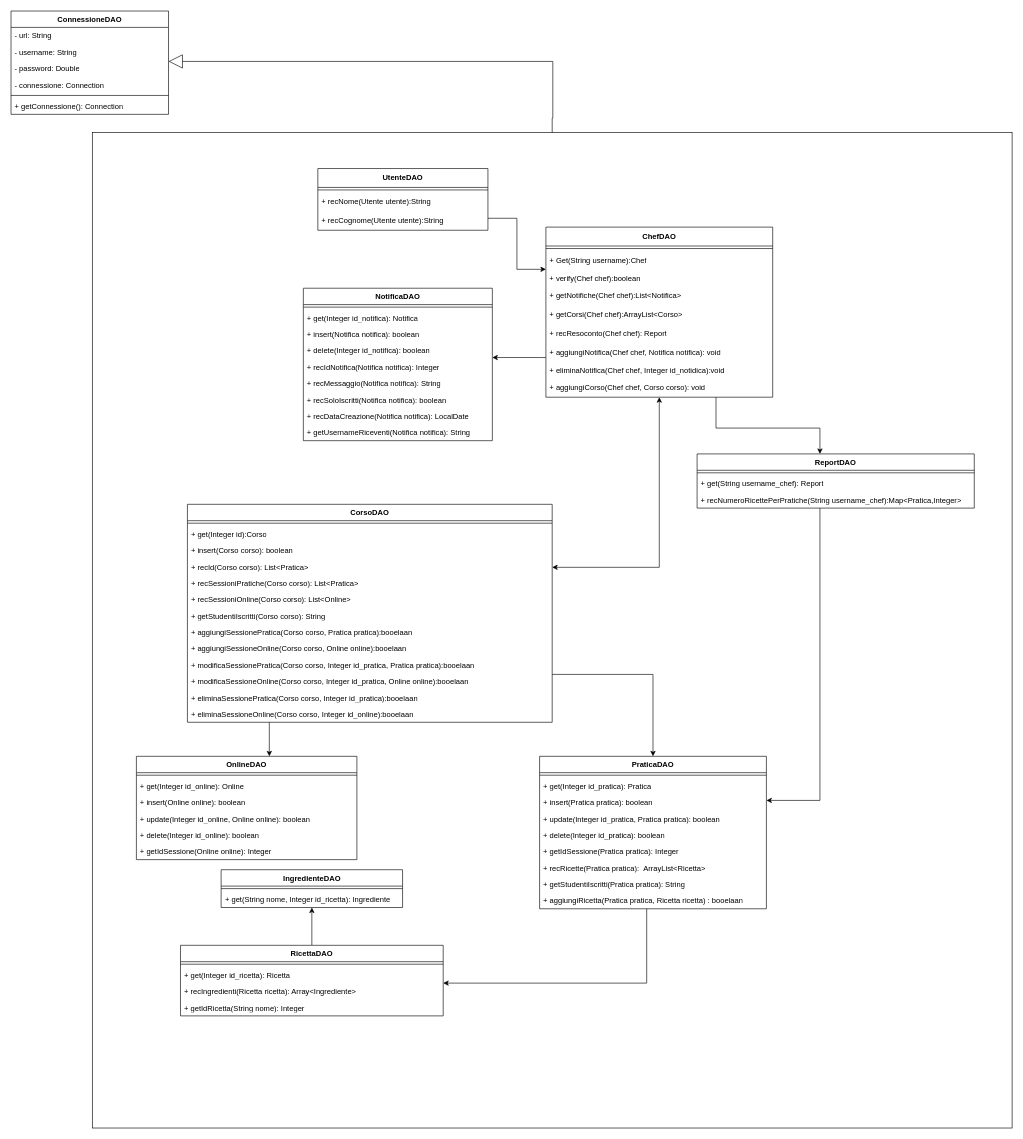
This is page "dao" (2 of 3) of obj/uml/UML1.drawio from MetisWastaken/UninaFoodLab, a draw.io file, before an edit. Source tidied: cells renumbered, new cells numbered last; positions are measured from the earlier drawing's top-left corner, leaving out a move shared by most shapes. Both pictures are drawn from the tidied source at 63%, with x=0, y=0 at pixel (11, 11).
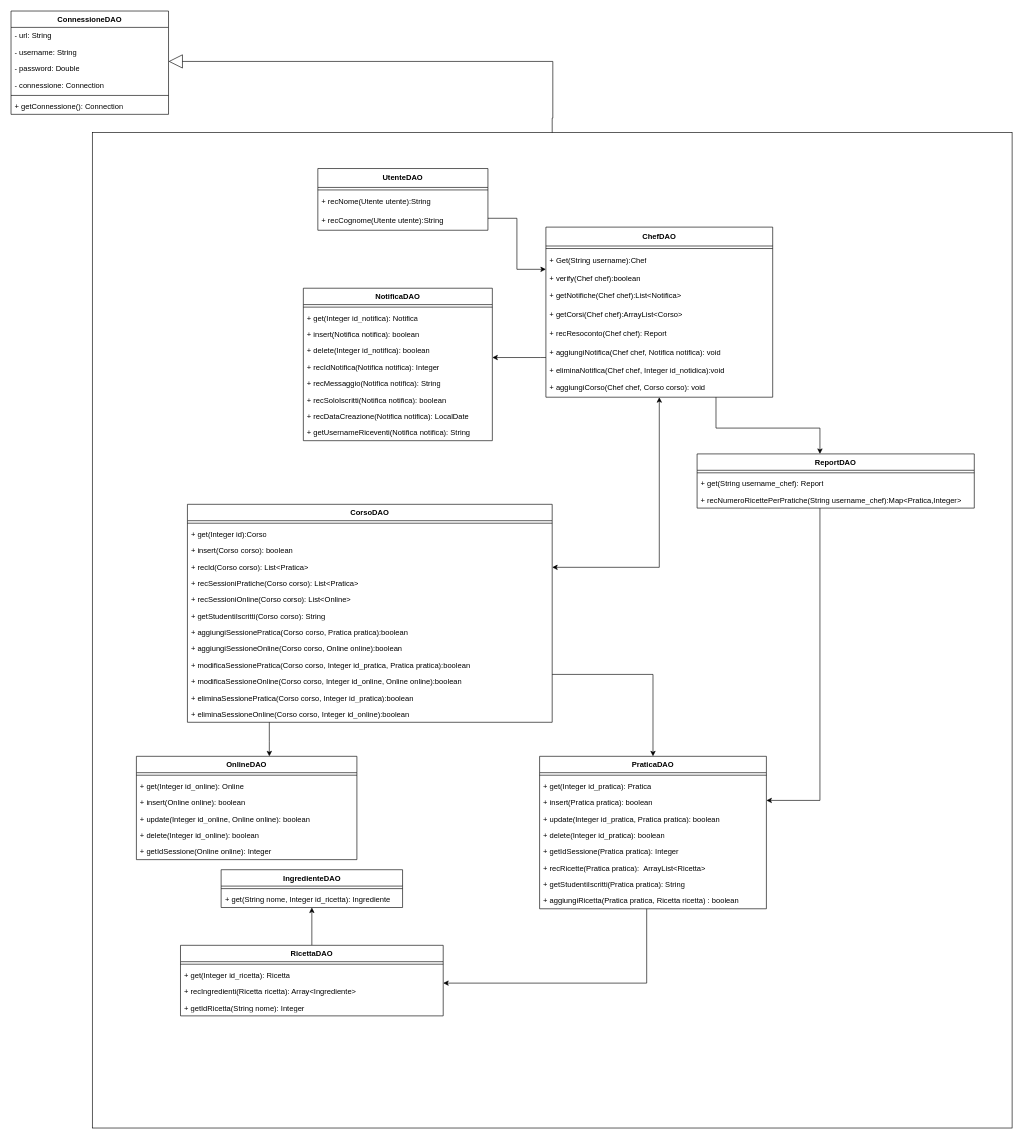
The same page after the edit.

Unchanged cells that the change refers to:
```xml
<mxCell id="28" value="PraticaDAO" style="swimlane;align=center;verticalAlign=top;horizontal=1;startSize=26;whiteSpace=wrap;html=1;" parent="1" vertex="1">
  <mxGeometry x="839" y="1183" width="360" height="242" as="geometry" />
</mxCell>
<mxCell id="41" value="CorsoDAO" style="swimlane;align=center;verticalAlign=top;horizontal=1;startSize=26;whiteSpace=wrap;html=1;" parent="1" vertex="1">
  <mxGeometry x="280" y="783" width="579" height="346" as="geometry" />
</mxCell>
```

What changed in the source:
```diff
@@
-    <mxCell id="37" value="+ aggiungiRicetta(Pratica pratica, Ricetta ricetta) : booelaan" style="text;strokeColor=none;fillColor=none;align=left;verticalAlign=top;spacingLeft=4;spacingRight=4;overflow=hidden;whiteSpace=wrap;html=1;" parent="28" vertex="1">
+    <mxCell id="37" value="+ aggiungiRicetta(Pratica pratica, Ricetta ricetta) : boolean" style="text;strokeColor=none;fillColor=none;align=left;verticalAlign=top;spacingLeft=4;spacingRight=4;overflow=hidden;whiteSpace=wrap;html=1;" parent="28" vertex="1">
       <mxGeometry y="216" width="360" height="26" as="geometry" />
     </mxCell>
@@
-    <mxCell id="49" value="+ aggiungiSessionePratica(Corso corso, Pratica pratica):booelaan" style="text;strokeColor=none;fillColor=none;align=left;verticalAlign=top;spacingLeft=4;spacingRight=4;overflow=hidden;whiteSpace=wrap;html=1;" parent="41" vertex="1">
+    <mxCell id="49" value="+ aggiungiSessionePratica(Corso corso, Pratica pratica):boolean" style="text;strokeColor=none;fillColor=none;align=left;verticalAlign=top;spacingLeft=4;spacingRight=4;overflow=hidden;whiteSpace=wrap;html=1;" parent="41" vertex="1">
       <mxGeometry y="190" width="579" height="26" as="geometry" />
     </mxCell>
-    <mxCell id="50" value="+ aggiungiSessioneOnline(Corso corso,&amp;nbsp;Online online):booelaan" style="text;strokeColor=none;fillColor=none;align=left;verticalAlign=top;spacingLeft=4;spacingRight=4;overflow=hidden;whiteSpace=wrap;html=1;" parent="41" vertex="1">
+    <mxCell id="50" value="+ aggiungiSessioneOnline(Corso corso,&amp;nbsp;Online online):boolean" style="text;strokeColor=none;fillColor=none;align=left;verticalAlign=top;spacingLeft=4;spacingRight=4;overflow=hidden;whiteSpace=wrap;html=1;" parent="41" vertex="1">
       <mxGeometry y="216" width="579" height="26" as="geometry" />
     </mxCell>
-    <mxCell id="51" value="+ modificaSessionePratica(Corso corso, Integer id_pratica, Pratica pratica):booelaan" style="text;strokeColor=none;fillColor=none;align=left;verticalAlign=top;spacingLeft=4;spacingRight=4;overflow=hidden;whiteSpace=wrap;html=1;" parent="41" vertex="1">
+    <mxCell id="51" value="+ modificaSessionePratica(Corso corso, Integer id_pratica, Pratica pratica):boolean" style="text;strokeColor=none;fillColor=none;align=left;verticalAlign=top;spacingLeft=4;spacingRight=4;overflow=hidden;whiteSpace=wrap;html=1;" parent="41" vertex="1">
       <mxGeometry y="242" width="579" height="26" as="geometry" />
     </mxCell>
-    <mxCell id="52" value="+ modificaSessioneOnline(Corso corso, Integer id_pratica, Online online):booelaan" style="text;strokeColor=none;fillColor=none;align=left;verticalAlign=top;spacingLeft=4;spacingRight=4;overflow=hidden;whiteSpace=wrap;html=1;" parent="41" vertex="1">
+    <mxCell id="52" value="+ modificaSessioneOnline(Corso corso, Integer id_online, Online online):boolean" style="text;strokeColor=none;fillColor=none;align=left;verticalAlign=top;spacingLeft=4;spacingRight=4;overflow=hidden;whiteSpace=wrap;html=1;" parent="41" vertex="1">
       <mxGeometry y="268" width="579" height="26" as="geometry" />
     </mxCell>
-    <mxCell id="53" value="+ eliminaSessionePratica(Corso corso, Integer id_pratica):booelaan" style="text;strokeColor=none;fillColor=none;align=left;verticalAlign=top;spacingLeft=4;spacingRight=4;overflow=hidden;whiteSpace=wrap;html=1;" parent="41" vertex="1">
+    <mxCell id="53" value="+ eliminaSessionePratica(Corso corso, Integer id_pratica):boolean" style="text;strokeColor=none;fillColor=none;align=left;verticalAlign=top;spacingLeft=4;spacingRight=4;overflow=hidden;whiteSpace=wrap;html=1;" parent="41" vertex="1">
       <mxGeometry y="294" width="579" height="26" as="geometry" />
     </mxCell>
-    <mxCell id="54" value="+ eliminaSessioneOnline(Corso corso, Integer id_online):booelaan" style="text;strokeColor=none;fillColor=none;align=left;verticalAlign=top;spacingLeft=4;spacingRight=4;overflow=hidden;whiteSpace=wrap;html=1;" parent="41" vertex="1">
+    <mxCell id="54" value="+ eliminaSessioneOnline(Corso corso, Integer id_online):boolean" style="text;strokeColor=none;fillColor=none;align=left;verticalAlign=top;spacingLeft=4;spacingRight=4;overflow=hidden;whiteSpace=wrap;html=1;" parent="41" vertex="1">
       <mxGeometry y="320" width="579" height="26" as="geometry" />
     </mxCell>
```
